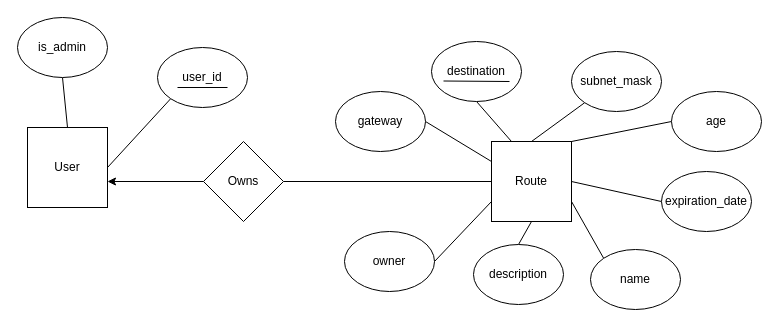
macsyd/csc370-database-project keeps this draw.io diagram as vpn-routing-erd.drawio. Above is the earlier version. Source tidied: cells renumbered, new cells numbered last; positions are measured from the earlier drawing's top-left corner, leaving out a move shared by most shapes. Both pictures are drawn from the tidied source at 100%, with x=0, y=0 at pixel (17, 17).
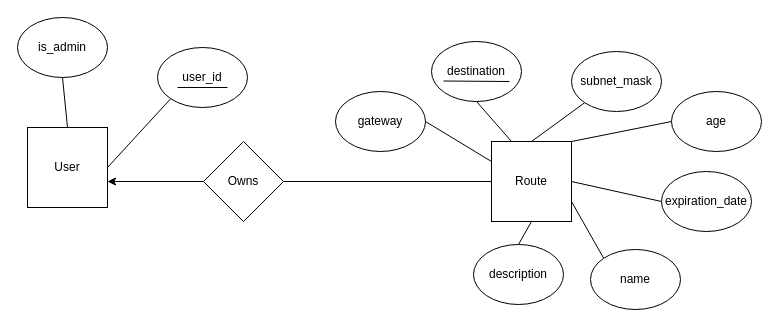
The same page after the edit.

Commit message:
remove owner attribute

Unchanged cells that the change refers to:
```xml
<mxCell id="10" value="Route" style="whiteSpace=wrap;html=1;" parent="1" vertex="1">
  <mxGeometry x="474" y="124" width="80" height="80" as="geometry" />
</mxCell>
```

The edit, as a diff of the source:
```diff
@@
-    <mxCell id="8" style="rounded=0;jettySize=auto;html=1;exitX=0;exitY=0.75;exitDx=0;exitDy=0;entryX=1;entryY=0.5;entryDx=0;entryDy=0;endArrow=none;endFill=0;" parent="1" edge="1" source="10" target="18">
-      <mxGeometry relative="1" as="geometry" />
-    </mxCell>
@@
-    <mxCell id="18" value="owner" style="ellipse;whiteSpace=wrap;html=1;" parent="1" vertex="1">
-      <mxGeometry x="327" y="214" width="90" height="60" as="geometry" />
-    </mxCell>
```
